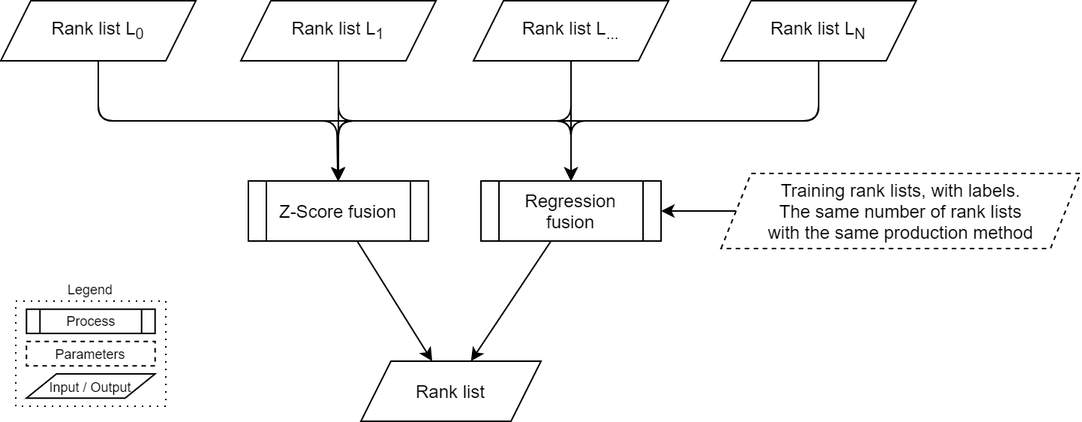
TheRaphael0000/master_thesis keeps this draw.io diagram as report/img/schema-fusion.png. Above is the earlier version. Source tidied: cells renumbered, new cells last; positions are measured from the earlier drawing's top-left corner, leaving out a move shared by most shapes. Source of this version:
```xml
<mxGraphModel>
  <root>
    <mxCell id="0" />
    <mxCell id="1" parent="0" />
    <mxCell id="2" value="Rank list L&lt;sub&gt;0&lt;/sub&gt;" style="shape=parallelogram;perimeter=parallelogramPerimeter;whiteSpace=wrap;html=1;fixedSize=1;" parent="1" vertex="1">
      <mxGeometry width="130" height="40" as="geometry" />
    </mxCell>
    <mxCell id="3" value="Rank list L&lt;sub&gt;1&lt;/sub&gt;" style="shape=parallelogram;perimeter=parallelogramPerimeter;whiteSpace=wrap;html=1;fixedSize=1;" parent="1" vertex="1">
      <mxGeometry x="160" width="130" height="40" as="geometry" />
    </mxCell>
    <mxCell id="4" value="Rank list L&lt;sub&gt;...&lt;/sub&gt;" style="shape=parallelogram;perimeter=parallelogramPerimeter;whiteSpace=wrap;html=1;fixedSize=1;" parent="1" vertex="1">
      <mxGeometry x="315" width="130" height="40" as="geometry" />
    </mxCell>
    <mxCell id="5" value="Rank list L&lt;sub&gt;N&lt;/sub&gt;" style="shape=parallelogram;perimeter=parallelogramPerimeter;whiteSpace=wrap;html=1;fixedSize=1;" parent="1" vertex="1">
      <mxGeometry x="480" width="130" height="40" as="geometry" />
    </mxCell>
    <mxCell id="6" value="&lt;span&gt;Training rank lists, with labels.&lt;/span&gt;&lt;span&gt;&lt;br&gt;The same number of rank lists&lt;br&gt;with the same production method&lt;br&gt;&lt;/span&gt;" style="shape=parallelogram;perimeter=parallelogramPerimeter;whiteSpace=wrap;html=1;fixedSize=1;dashed=1;" parent="1" vertex="1">
      <mxGeometry x="480" y="115" width="239.5" height="50" as="geometry" />
    </mxCell>
    <mxCell id="7" style="endArrow=classic;html=1;" parent="1" edge="1" source="6" target="11">
      <mxGeometry x="12.8" y="-230" as="geometry" />
    </mxCell>
    <mxCell id="8" value="Rank list" style="shape=parallelogram;perimeter=parallelogramPerimeter;whiteSpace=wrap;html=1;fixedSize=1;" parent="1" vertex="1">
      <mxGeometry x="240" y="240" width="120" height="40" as="geometry" />
    </mxCell>
    <mxCell id="9" style="endArrow=classic;html=1;" parent="1" edge="1" source="10" target="8">
      <mxGeometry relative="1" as="geometry" />
    </mxCell>
    <mxCell id="10" value="Z-Score fusion" style="shape=process;whiteSpace=wrap;html=1;backgroundOutline=1;" parent="1" vertex="1">
      <mxGeometry x="165" y="120" width="120" height="40" as="geometry" />
    </mxCell>
    <mxCell id="11" value="Regression fusion" style="shape=process;whiteSpace=wrap;html=1;backgroundOutline=1;" parent="1" vertex="1">
      <mxGeometry x="320" y="120" width="120" height="40" as="geometry" />
    </mxCell>
    <mxCell id="12" style="endArrow=classic;html=1;" parent="1" edge="1" source="2" target="10">
      <mxGeometry relative="1" as="geometry">
        <Array as="points">
          <mxPoint x="65" y="80" />
          <mxPoint x="224" y="80" />
        </Array>
      </mxGeometry>
    </mxCell>
    <mxCell id="13" style="endArrow=classic;html=1;" parent="1" edge="1" source="3" target="10">
      <mxGeometry relative="1" as="geometry" />
    </mxCell>
    <mxCell id="14" style="endArrow=classic;html=1;" parent="1" edge="1" source="4" target="10">
      <mxGeometry relative="1" as="geometry">
        <Array as="points">
          <mxPoint x="380" y="80" />
          <mxPoint x="225" y="80" />
        </Array>
      </mxGeometry>
    </mxCell>
    <mxCell id="15" style="endArrow=classic;html=1;" parent="1" edge="1" source="5" target="10">
      <mxGeometry relative="1" as="geometry">
        <Array as="points">
          <mxPoint x="545" y="80" />
          <mxPoint x="225" y="80" />
        </Array>
      </mxGeometry>
    </mxCell>
    <mxCell id="16" style="endArrow=classic;html=1;" parent="1" edge="1" source="5" target="11">
      <mxGeometry relative="1" as="geometry">
        <Array as="points">
          <mxPoint x="545" y="80" />
          <mxPoint x="380" y="80" />
        </Array>
      </mxGeometry>
    </mxCell>
    <mxCell id="17" style="endArrow=classic;html=1;" parent="1" edge="1" source="4" target="11">
      <mxGeometry relative="1" as="geometry" />
    </mxCell>
    <mxCell id="18" style="endArrow=classic;html=1;" parent="1" edge="1" source="3" target="11">
      <mxGeometry relative="1" as="geometry">
        <Array as="points">
          <mxPoint x="225" y="80" />
          <mxPoint x="380" y="80" />
        </Array>
      </mxGeometry>
    </mxCell>
    <mxCell id="19" style="endArrow=classic;html=1;" parent="1" edge="1" source="2" target="11">
      <mxGeometry relative="1" as="geometry">
        <Array as="points">
          <mxPoint x="65" y="80" />
          <mxPoint x="380" y="80" />
        </Array>
      </mxGeometry>
    </mxCell>
    <mxCell id="20" style="endArrow=classic;html=1;" parent="1" edge="1" source="11" target="8">
      <mxGeometry relative="1" as="geometry" />
    </mxCell>
    <mxCell id="21" style="group;fontSize=9;" parent="1" vertex="1">
      <mxGeometry x="10" y="200" width="100" height="70" as="geometry" />
    </mxCell>
    <mxCell id="22" value="Legend" style="rounded=0;whiteSpace=wrap;html=1;dashed=1;fontSize=9;align=center;fillColor=none;dashPattern=1 4;verticalAlign=bottom;labelPosition=center;verticalLabelPosition=top;" parent="21" vertex="1">
      <mxGeometry width="100" height="70" as="geometry" />
    </mxCell>
    <mxCell id="23" value="Parameters" style="text;html=1;fillColor=none;align=center;verticalAlign=middle;whiteSpace=wrap;rounded=0;dashed=1;strokeColor=#000000;fontSize=9;spacingLeft=0;" parent="21" vertex="1">
      <mxGeometry x="7.1" y="26.9" width="85.7" height="16.2" as="geometry" />
    </mxCell>
    <mxCell id="24" value="Process" style="shape=process;whiteSpace=wrap;html=1;backgroundOutline=1;fontSize=9;" parent="21" vertex="1">
      <mxGeometry x="7.1" y="5.4" width="85.7" height="16.2" as="geometry" />
    </mxCell>
    <mxCell id="25" value="&lt;span style=&quot;font-size: 9px;&quot;&gt;Input / Output&lt;/span&gt;" style="shape=parallelogram;perimeter=parallelogramPerimeter;whiteSpace=wrap;html=1;fixedSize=1;fontSize=9;" parent="21" vertex="1">
      <mxGeometry x="7.1" y="48.5" width="85.7" height="16.2" as="geometry" />
    </mxCell>
  </root>
</mxGraphModel>
```
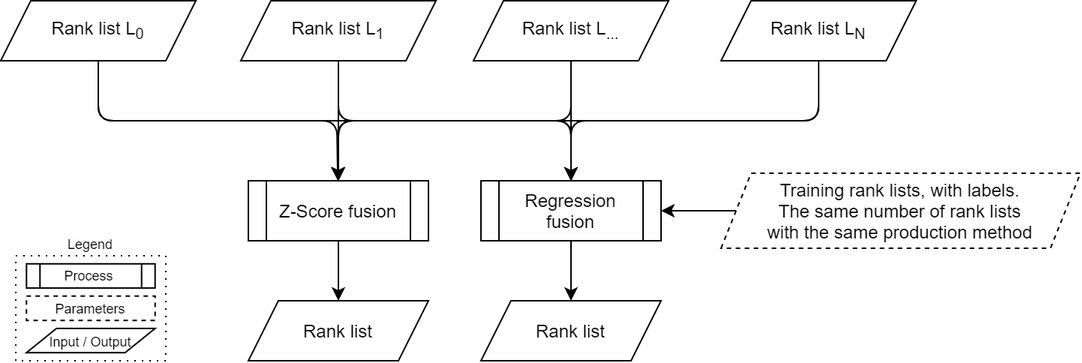
Above is the later version.

What changed in the source:
```diff
@@ -20,10 +20,7 @@
     <mxCell id="7" style="endArrow=classic;html=1;" parent="1" edge="1" source="6" target="11">
       <mxGeometry x="12.8" y="-230" as="geometry" />
     </mxCell>
-    <mxCell id="8" value="Rank list" style="shape=parallelogram;perimeter=parallelogramPerimeter;whiteSpace=wrap;html=1;fixedSize=1;" parent="1" vertex="1">
-      <mxGeometry x="240" y="240" width="120" height="40" as="geometry" />
-    </mxCell>
-    <mxCell id="9" style="endArrow=classic;html=1;" parent="1" edge="1" source="10" target="8">
+    <mxCell id="9" style="endArrow=classic;html=1;" parent="1" edge="1" source="10" target="27">
       <mxGeometry relative="1" as="geometry" />
     </mxCell>
     <mxCell id="10" value="Z-Score fusion" style="shape=process;whiteSpace=wrap;html=1;backgroundOutline=1;" parent="1" vertex="1">
@@ -86,11 +83,11 @@
         </Array>
       </mxGeometry>
     </mxCell>
-    <mxCell id="20" style="endArrow=classic;html=1;" parent="1" edge="1" source="11" target="8">
+    <mxCell id="20" style="endArrow=classic;html=1;" parent="1" edge="1" source="11" target="26">
       <mxGeometry relative="1" as="geometry" />
     </mxCell>
     <mxCell id="21" style="group;fontSize=9;" parent="1" vertex="1">
-      <mxGeometry x="10" y="200" width="100" height="70" as="geometry" />
+      <mxGeometry x="10" y="170" width="100" height="70" as="geometry" />
     </mxCell>
     <mxCell id="22" value="Legend" style="rounded=0;whiteSpace=wrap;html=1;dashed=1;fontSize=9;align=center;fillColor=none;dashPattern=1 4;verticalAlign=bottom;labelPosition=center;verticalLabelPosition=top;" parent="21" vertex="1">
       <mxGeometry width="100" height="70" as="geometry" />
@@ -104,5 +101,11 @@
     <mxCell id="25" value="&lt;span style=&quot;font-size: 9px;&quot;&gt;Input / Output&lt;/span&gt;" style="shape=parallelogram;perimeter=parallelogramPerimeter;whiteSpace=wrap;html=1;fixedSize=1;fontSize=9;" parent="21" vertex="1">
       <mxGeometry x="7.1" y="48.5" width="85.7" height="16.2" as="geometry" />
     </mxCell>
+    <mxCell id="26" value="Rank list" style="shape=parallelogram;perimeter=parallelogramPerimeter;whiteSpace=wrap;html=1;fixedSize=1;" parent="1" vertex="1">
+      <mxGeometry x="320" y="200" width="120" height="40" as="geometry" />
+    </mxCell>
+    <mxCell id="27" value="Rank list" style="shape=parallelogram;perimeter=parallelogramPerimeter;whiteSpace=wrap;html=1;fixedSize=1;" parent="1" vertex="1">
+      <mxGeometry x="165" y="200" width="120" height="40" as="geometry" />
+    </mxCell>
   </root>
 </mxGraphModel>
```
